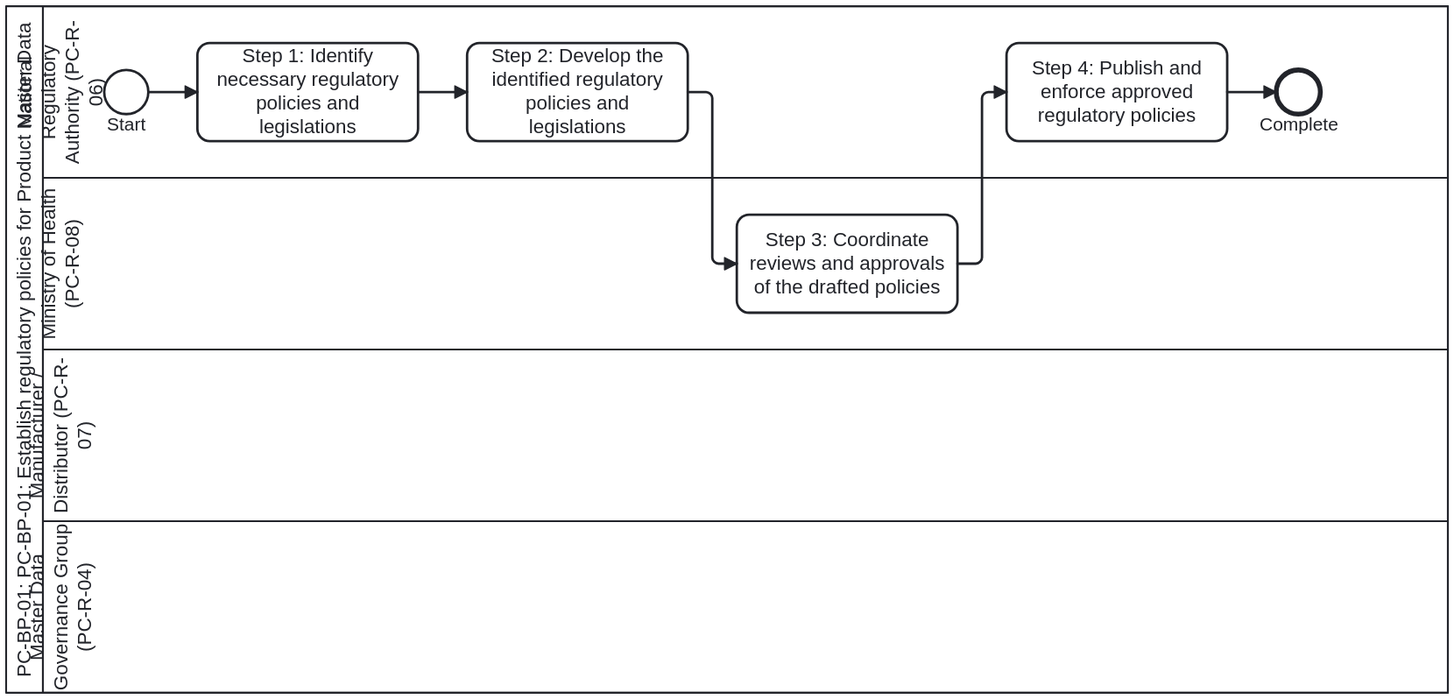
Before: folio/dth-pc/media/bp-pc-bp-01.svg, a diagram exported from BPMN (litlfred/dth-pc). Its source is kept beside it as folio/dth-pc/ch01-regulatory-policies/bp-pc-bp-01.bpmn. Ids are renumbered.
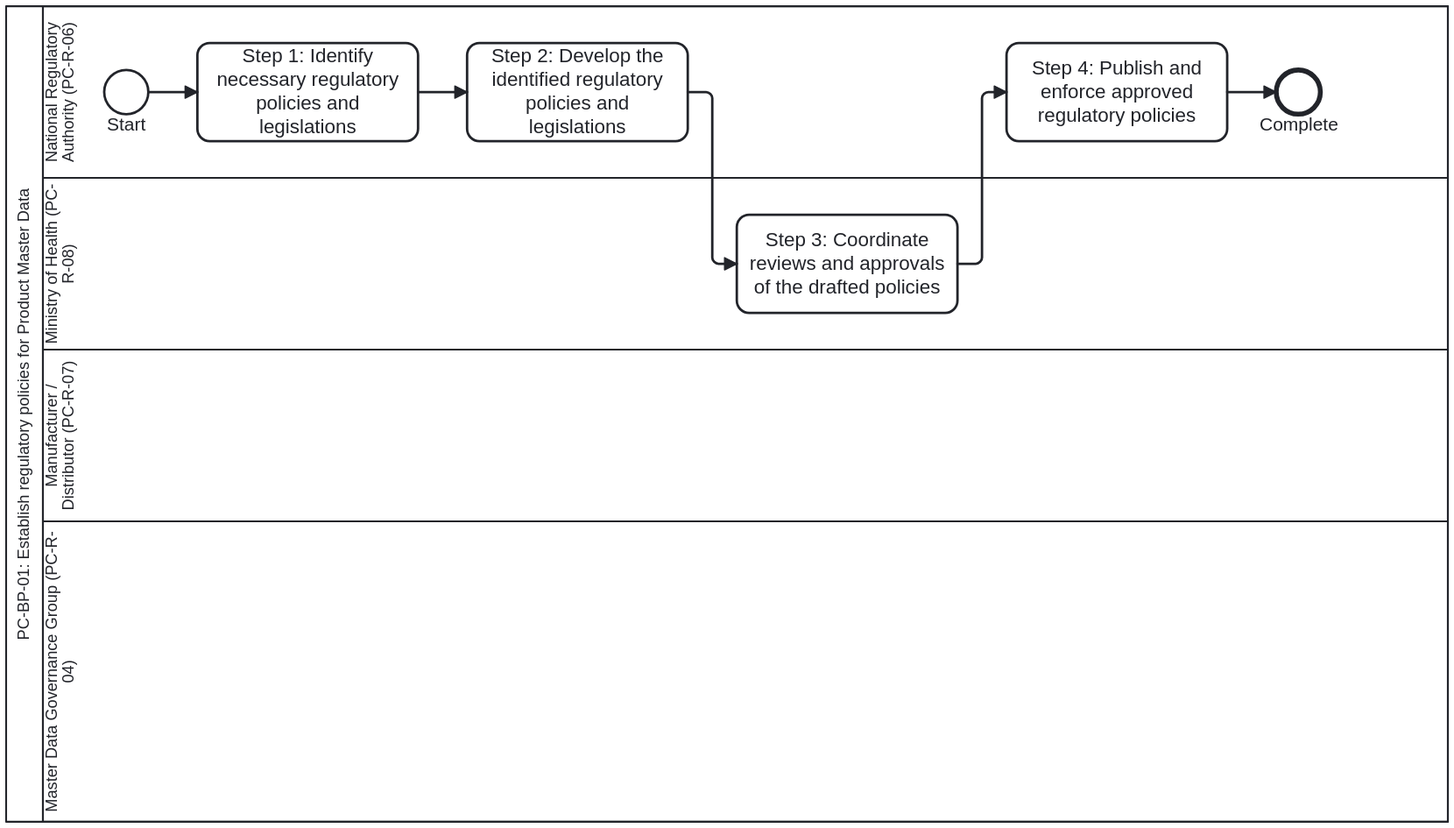
After the change.

Change to the diagram source:
```diff
@@ -5,7 +5,7 @@
                   id="Definitions_PC_BP_01"
                   targetNamespace="https://litlfred.github.io/dth-pc/bpmn">
   <bpmn:collaboration id="Collaboration_PC_BP_01">
-    <bpmn:participant id="Participant_PC_BP_01" name="PC-BP-01: PC-BP-01: Establish regulatory policies for Product Master Data" processRef="Process_PC_BP_01" />
+    <bpmn:participant id="Participant_PC_BP_01" name="PC-BP-01: Establish regulatory policies for Product Master Data" processRef="Process_PC_BP_01" />
   </bpmn:collaboration>
   <bpmn:process id="Process_PC_BP_01" name="PC-BP-01: Establish regulatory policies for Product Master Data" isExecutable="false">
     <bpmn:documentation>PC-BP-01: PC-BP-01: Establish regulatory policies for Product Master Data (Source: who-iris/library/9789240116191-eng, page-021, page-022, page-023).</bpmn:documentation>
@@ -72,7 +72,7 @@
   <bpmndi:BPMNDiagram id="BPMNDiagram_PC_BP_01">
     <bpmndi:BPMNPlane id="BPMNPlane_PC_BP_01" bpmnElement="Collaboration_PC_BP_01">
       <bpmndi:BPMNShape id="Participant_PC_BP_01_di" bpmnElement="Participant_PC_BP_01" isHorizontal="true">
-        <dc:Bounds x="100" y="60" width="1176" height="560" />
+        <dc:Bounds x="100" y="60" width="1176" height="665" />
       </bpmndi:BPMNShape>
       <bpmndi:BPMNShape id="Lane_1_di" bpmnElement="Lane_1" isHorizontal="true">
         <dc:Bounds x="130" y="60" width="1146" height="140" />
@@ -84,7 +84,7 @@
         <dc:Bounds x="130" y="340" width="1146" height="140" />
       </bpmndi:BPMNShape>
       <bpmndi:BPMNShape id="Lane_4_di" bpmnElement="Lane_4" isHorizontal="true">
-        <dc:Bounds x="130" y="480" width="1146" height="140" />
+        <dc:Bounds x="130" y="480" width="1146" height="245" />
       </bpmndi:BPMNShape>
       <bpmndi:BPMNShape id="StartEvent_1_di" bpmnElement="StartEvent_1">
         <dc:Bounds x="180" y="112" width="36" height="36" />
```
